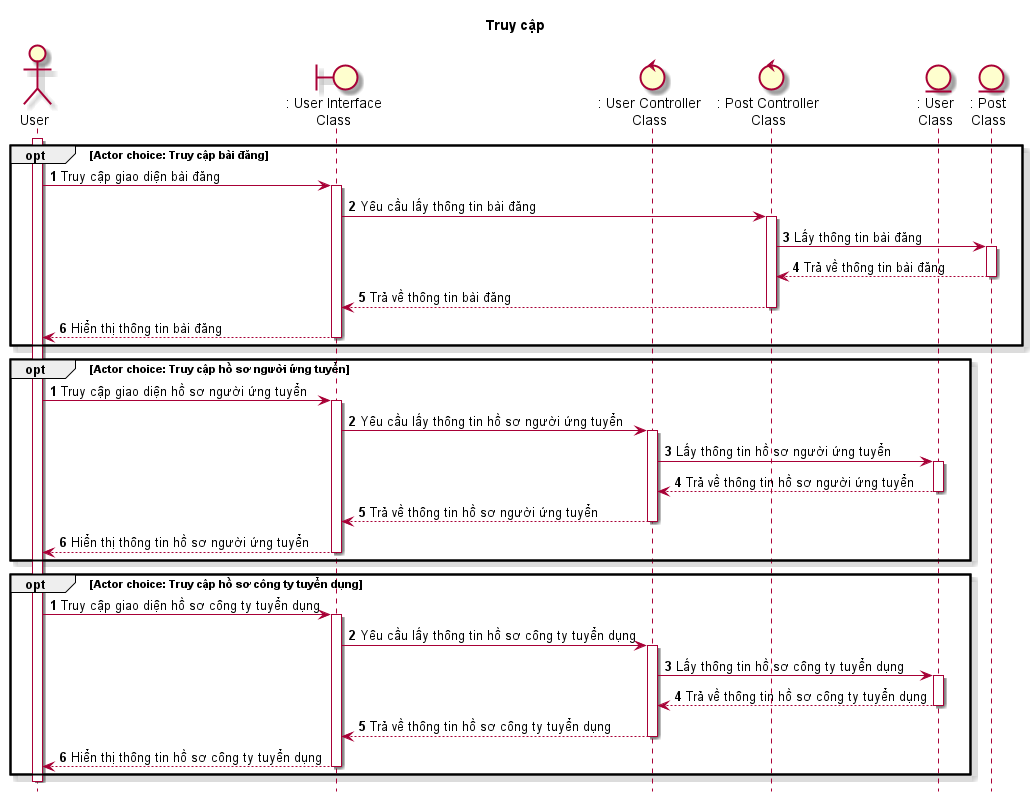
Earlier version of the PlantUML export Lab1/Lab 1.2 Diagram/Sequence/FileIMG/13. SeqTruyCap/SeqTruyCap.png (Griselda4774/EAS-EmploymentAssistanceSystem). Its diagram source:
```plantuml
@startuml SeqTruyCap

skin rose
hide footbox

title Truy cập

actor User as user
boundary ": User Interface\nClass" as ui
control ": User Controller\nClass" as userController
control ": Post Controller\nClass" as postController
entity ": User\nClass" as userClass
entity ": Post\nClass" as postClass

autonumber
user++

opt Actor choice: Truy cập bài đăng
    autonumber 1
    user -> ui++: Truy cập giao diện bài đăng
    ui -> postController++: Yêu cầu lấy thông tin bài đăng
    postController -> postClass++: Lấy thông tin bài đăng
    postClass --> postController--: Trả về thông tin bài đăng
    postController --> ui--: Trả về thông tin bài đăng
    ui --> user--: Hiển thị thông tin bài đăng
end

opt Actor choice: Truy cập hồ sơ người ứng tuyển
    autonumber 1
    user -> ui++: Truy cập giao diện hồ sơ người ứng tuyển
    ui -> userController++: Yêu cầu lấy thông tin hồ sơ người ứng tuyển
    userController -> userClass++: Lấy thông tin hồ sơ người ứng tuyển
    userClass --> userController--: Trả về thông tin hồ sơ người ứng tuyển
    userController --> ui--: Trả về thông tin hồ sơ người ứng tuyển
    ui --> user--: Hiển thị thông tin hồ sơ người ứng tuyển
end

opt Actor choice: Truy cập hồ sơ công ty tuyển dụng
    autonumber 1
    user -> ui++: Truy cập giao diện hồ sơ công ty tuyển dụng
    ui -> userController++: Yêu cầu lấy thông tin hồ sơ công ty tuyển dụng
    userController -> userClass++: Lấy thông tin hồ sơ công ty tuyển dụng
    userClass --> userController--: Trả về thông tin hồ sơ công ty tuyển dụng
    userController --> ui--: Trả về thông tin hồ sơ công ty tuyển dụng
    ui --> user--: Hiển thị thông tin hồ sơ công ty tuyển dụng
end

user--

@enduml
```
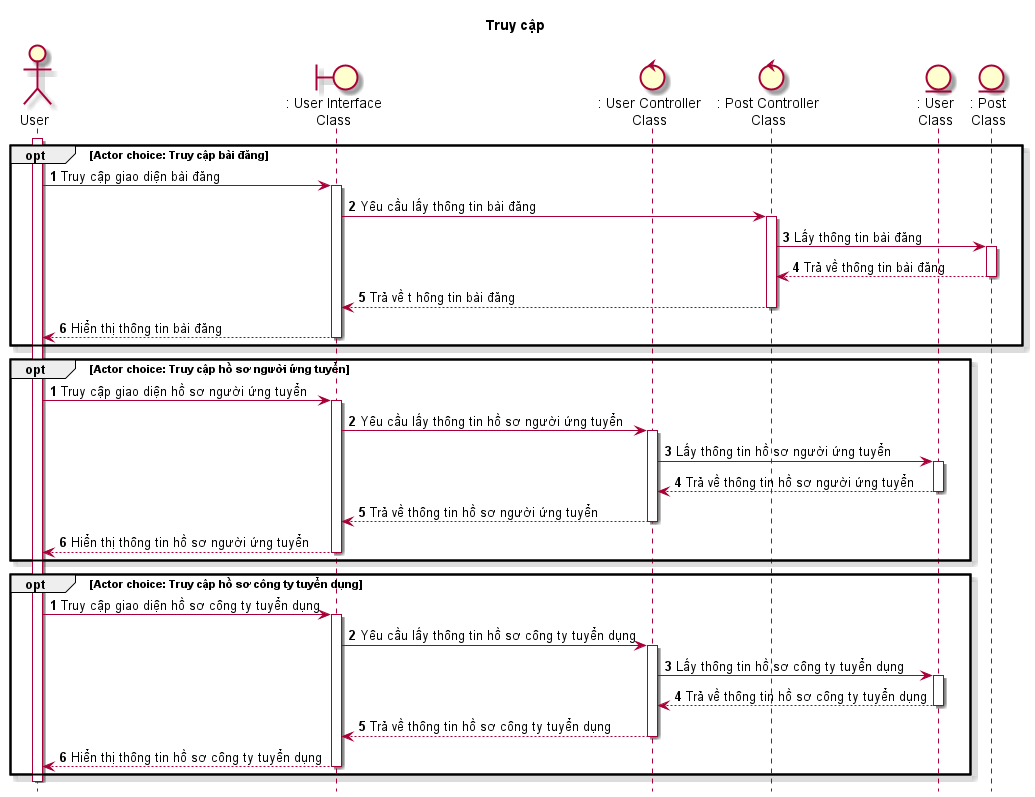
The same file after the commit.

The edit, as a diff of the source:
```diff
@@ -21,7 +21,7 @@
     ui -> postController++: Yêu cầu lấy thông tin bài đăng
     postController -> postClass++: Lấy thông tin bài đăng
     postClass --> postController--: Trả về thông tin bài đăng
-    postController --> ui--: Trả về thông tin bài đăng
+    postController --> ui--: Trả về t hông tin bài đăng
     ui --> user--: Hiển thị thông tin bài đăng
 end
 
```
